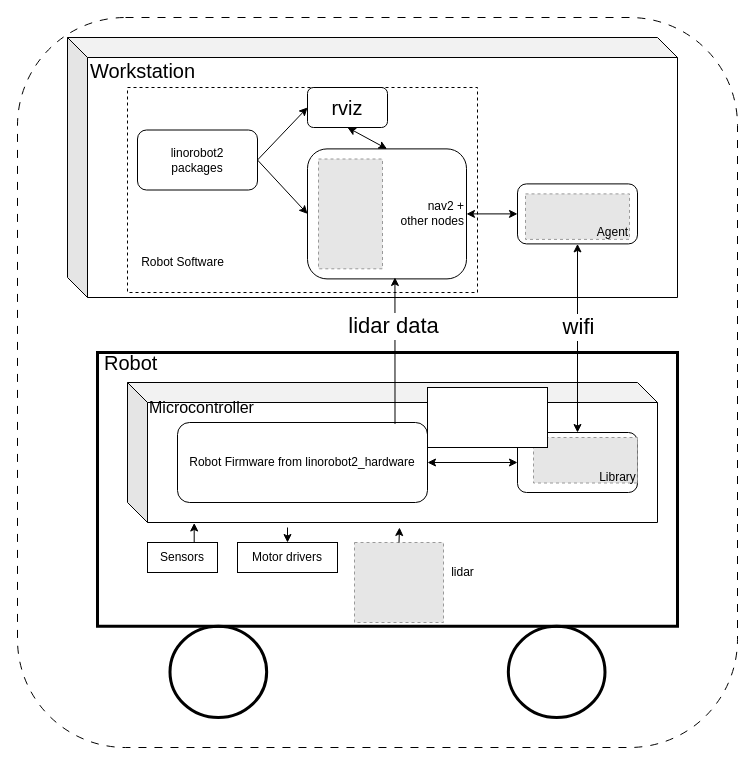
Earlier version of the draw.io diagram assets/robot_wifi_config.drawio (PaulBouchier/linorobot2). Source tidied: cells renumbered, new cells numbered last; positions are measured from the earlier drawing's top-left corner, leaving out a move shared by most shapes. Both pictures are drawn from the tidied source at 100%, with x=0, y=0 at pixel (17, 17). Pictures stored in the file or linked from it are replaced by grey dashed boxes.
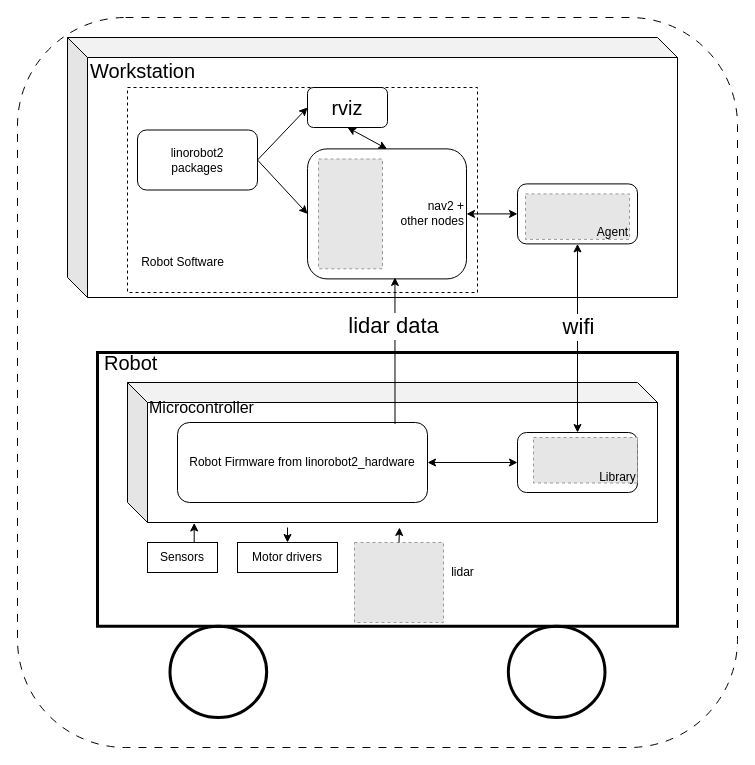
Above is the later version.

Diff of the diagram source:
```diff
@@
-    <mxCell id="39" style="rounded=0;whiteSpace=wrap;html=1;" parent="1" vertex="1">
-      <mxGeometry x="410" y="370" width="120" height="60" as="geometry" />
-    </mxCell>
```
